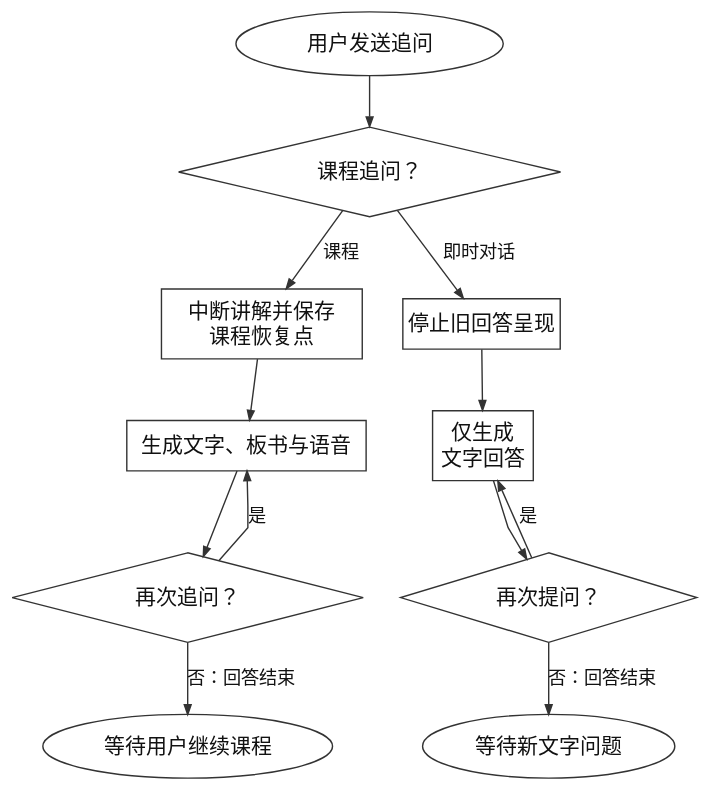
This is diagrams/learning-followup-flow.svg from tranhaianh20571-droid/computer-learning-assistant, a PlantUML export, as it was before one commit. Its source is kept beside it as diagrams/learning-followup-flow.puml. Its diagram source:
```plantuml
@startdot
digraph G {
  graph [rankdir=TB, bgcolor="transparent", pad=0.12, nodesep=0.38, ranksep=0.50, splines=polyline]
  node [fontname="Microsoft YaHei", fontsize=15, color="#333333", fontcolor="#111111", penwidth=1, style="filled", fillcolor="#FFFFFF", margin="0.16,0.10"]
  edge [fontname="Microsoft YaHei", fontsize=13, color="#333333", fontcolor="#111111", arrowsize=0.7]
  start [label="用户发送追问", shape=ellipse]
  kind [label="课程追问？", shape=diamond]
  save [label="中断讲解并保存\n课程恢复点", shape=box]
  course [label="生成文字、板书与语音", shape=box]
  c_again [label="再次追问？", shape=diamond]
  c_end [label="等待用户继续课程", shape=ellipse]
  stop [label="停止旧回答呈现", shape=box]
  chat [label="仅生成\n文字回答", shape=box]
  i_again [label="再次提问？", shape=diamond]
  i_end [label="等待新文字问题", shape=ellipse]
  start -> kind
  kind -> save [label="课程"]
  kind -> stop [label="即时对话"]
  save -> course -> c_again
  c_again -> course [label="是", constraint=false]
  c_again -> c_end [label="否：回答结束"]
  stop -> chat -> i_again
  i_again -> chat [label="是", constraint=false]
  i_again -> i_end [label="否：回答结束"]
}
@enddot
```
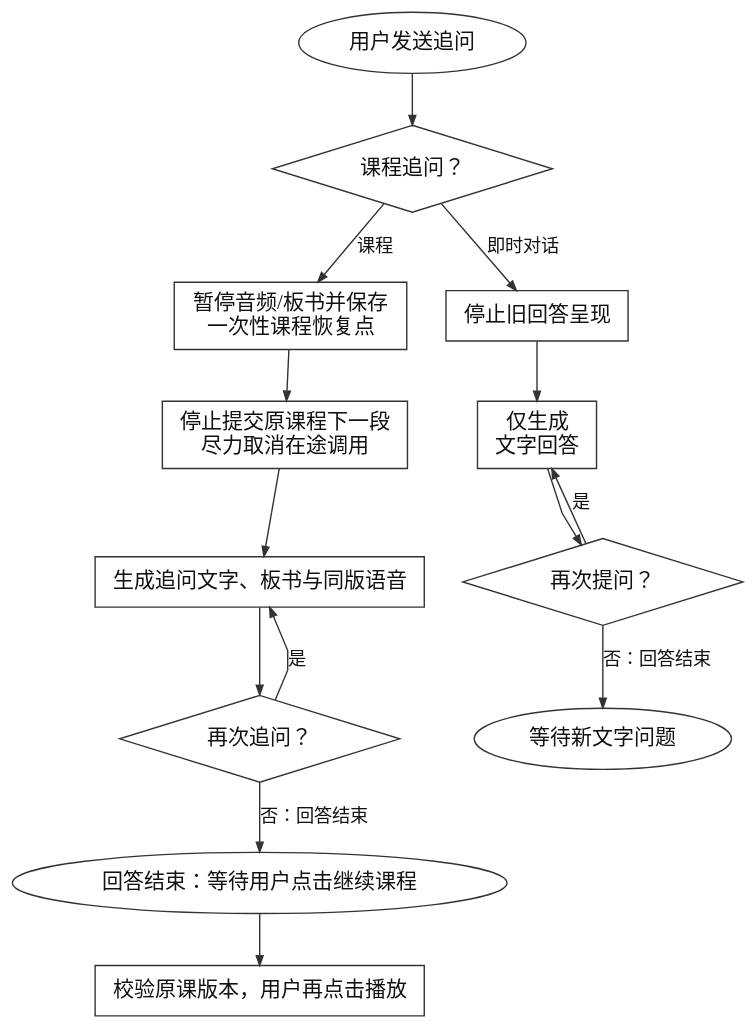
Above is the later version.

What changed in the source:
```diff
@@ -5,10 +5,12 @@
   edge [fontname="Microsoft YaHei", fontsize=13, color="#333333", fontcolor="#111111", arrowsize=0.7]
   start [label="用户发送追问", shape=ellipse]
   kind [label="课程追问？", shape=diamond]
-  save [label="中断讲解并保存\n课程恢复点", shape=box]
-  course [label="生成文字、板书与语音", shape=box]
+  save [label="暂停音频/板书并保存\n一次性课程恢复点", shape=box]
+  stop_pregen [label="停止提交原课程下一段\n尽力取消在途调用", shape=box]
+  course [label="生成追问文字、板书与同版语音", shape=box]
   c_again [label="再次追问？", shape=diamond]
-  c_end [label="等待用户继续课程", shape=ellipse]
+  c_end [label="回答结束：等待用户点击继续课程", shape=ellipse]
+  resume [label="校验原课版本，用户再点击播放", shape=box]
   stop [label="停止旧回答呈现", shape=box]
   chat [label="仅生成\n文字回答", shape=box]
   i_again [label="再次提问？", shape=diamond]
@@ -16,9 +18,10 @@
   start -> kind
   kind -> save [label="课程"]
   kind -> stop [label="即时对话"]
-  save -> course -> c_again
+  save -> stop_pregen -> course -> c_again
   c_again -> course [label="是", constraint=false]
   c_again -> c_end [label="否：回答结束"]
+  c_end -> resume
   stop -> chat -> i_again
   i_again -> chat [label="是", constraint=false]
   i_again -> i_end [label="否：回答结束"]
```
